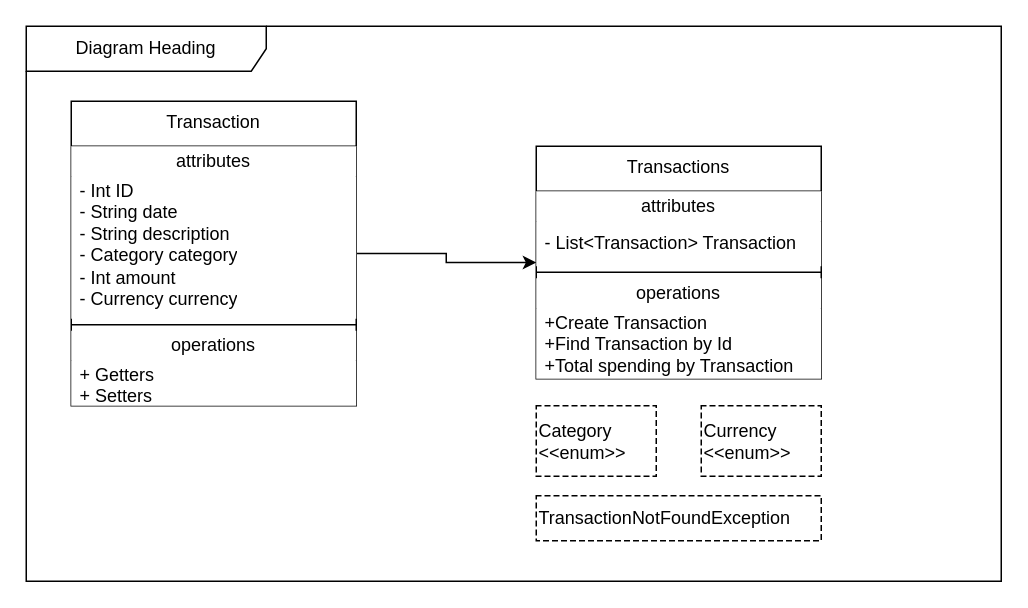
Before: docs/TransactionServiceUML.drawio in Cameron-Maclean080601/Banking-Service, a draw.io diagram. Source tidied: cells renumbered, new cells numbered last; positions are measured from the earlier drawing's top-left corner, leaving out a move shared by most shapes. Both pictures are drawn from the tidied source at 150%, with x=0, y=0 at pixel (26, 26).
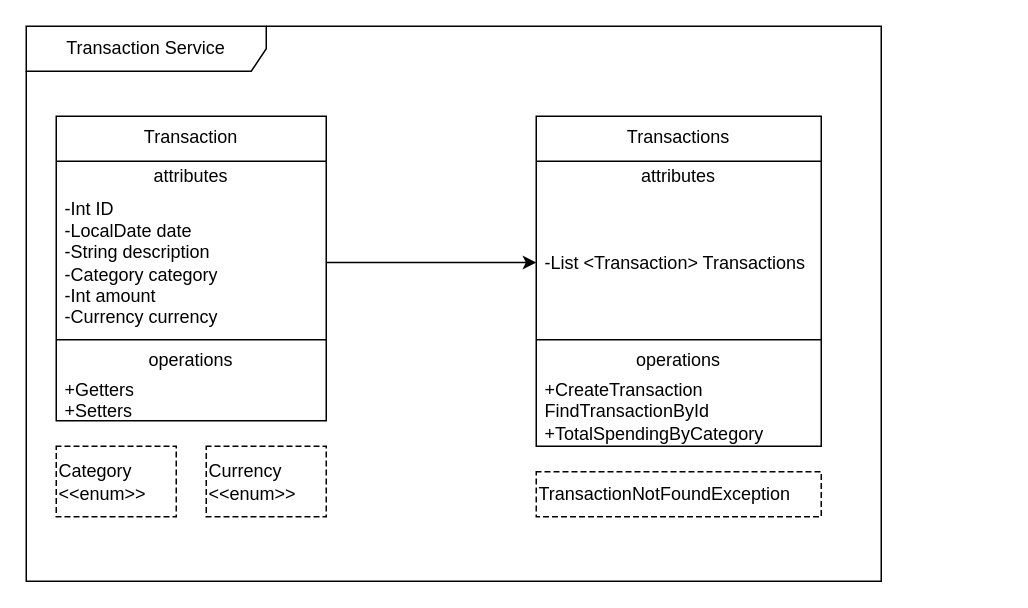
The same diagram, later.

Commit message (it also covers changes not shown here):
fixed UML properly

What changed in the source:
```diff
@@
-<mxGraphModel>
+<mxGraphModel background="light-dark(#FFFFFF,#FFFFFF)">
   <root>
     <mxCell id="0" />
     <mxCell id="1" parent="0" />
-    <mxCell id="2" style="edgeStyle=orthogonalEdgeStyle;rounded=0;jettySize=auto;html=1;exitX=1;exitY=0.5;exitDx=0;exitDy=0;entryX=0;entryY=0.5;entryDx=0;entryDy=0;" parent="1" edge="1" source="3" target="9">
-      <mxGeometry relative="1" as="geometry" />
-    </mxCell>
-    <mxCell id="3" value="Transaction" style="swimlane;fontStyle=0;align=center;verticalAlign=top;horizontal=1;startSize=30;html=1;whiteSpace=wrap;" parent="1" vertex="1">
-      <mxGeometry x="30" y="50" width="190" height="203" as="geometry" />
-    </mxCell>
-    <mxCell id="4" value="attributes" style="text;html=1;strokeColor=none;fillColor=default;align=center;verticalAlign=middle;spacingLeft=4;spacingRight=4;overflow=hidden;whiteSpace=wrap;" parent="3" vertex="1">
-      <mxGeometry y="30" width="190" height="20" as="geometry" />
-    </mxCell>
-    <mxCell id="5" value="&lt;div&gt;- Int ID&lt;/div&gt;&lt;div&gt;- String date&lt;/div&gt;&lt;div&gt;- String description&lt;/div&gt;&lt;div&gt;- Category category&lt;/div&gt;&lt;div&gt;- Int amount&lt;/div&gt;&lt;div&gt;- Currency currency&lt;/div&gt;&lt;div&gt;&lt;br&gt;&lt;/div&gt;" style="text;html=1;strokeColor=none;fillColor=default;align=left;verticalAlign=middle;spacingLeft=4;spacingRight=4;overflow=hidden;whiteSpace=wrap;" parent="3" vertex="1">
-      <mxGeometry y="50" width="190" height="95" as="geometry" />
-    </mxCell>
-    <mxCell id="6" style="line;strokeWidth=1;fillColor=default;align=left;verticalAlign=middle;spacingTop=-1;spacingLeft=3;spacingRight=3;labelPosition=right;" parent="3" vertex="1">
-      <mxGeometry y="145" width="190" height="8" as="geometry" />
-    </mxCell>
-    <mxCell id="7" value="&lt;div&gt;operations&lt;/div&gt;" style="text;html=1;strokeColor=none;fillColor=default;align=center;verticalAlign=middle;spacingLeft=4;spacingRight=4;overflow=hidden;whiteSpace=wrap;" parent="3" vertex="1">
-      <mxGeometry y="153" width="190" height="20" as="geometry" />
-    </mxCell>
-    <mxCell id="8" value="&lt;div&gt;+ Getters&lt;/div&gt;&lt;div&gt;+ Setters&lt;/div&gt;" style="text;html=1;strokeColor=none;fillColor=default;align=left;verticalAlign=middle;spacingLeft=4;spacingRight=4;overflow=hidden;whiteSpace=wrap;" parent="3" vertex="1">
-      <mxGeometry y="173" width="190" height="30" as="geometry" />
-    </mxCell>
-    <mxCell id="9" value="Transactions" style="swimlane;fontStyle=0;align=center;verticalAlign=top;horizontal=1;startSize=30;html=1;whiteSpace=wrap;" parent="1" vertex="1">
-      <mxGeometry x="340" y="80" width="190" height="155" as="geometry" />
-    </mxCell>
-    <mxCell id="10" value="attributes" style="text;html=1;strokeColor=none;fillColor=default;align=center;verticalAlign=middle;spacingLeft=4;spacingRight=4;overflow=hidden;whiteSpace=wrap;" parent="9" vertex="1">
-      <mxGeometry y="30" width="190" height="20" as="geometry" />
-    </mxCell>
-    <mxCell id="11" value="- List&amp;lt;Transaction&amp;gt; Transaction" style="text;html=1;strokeColor=none;fillColor=default;align=left;verticalAlign=middle;spacingLeft=4;spacingRight=4;overflow=hidden;whiteSpace=wrap;" parent="9" vertex="1">
-      <mxGeometry y="50" width="190" height="30" as="geometry" />
-    </mxCell>
-    <mxCell id="12" style="line;strokeWidth=1;fillColor=default;align=left;verticalAlign=middle;spacingTop=-1;spacingLeft=3;spacingRight=3;labelPosition=right;" parent="9" vertex="1">
-      <mxGeometry y="80" width="190" height="8" as="geometry" />
-    </mxCell>
-    <mxCell id="13" value="operations" style="text;html=1;strokeColor=none;fillColor=default;align=center;verticalAlign=middle;spacingLeft=4;spacingRight=4;overflow=hidden;whiteSpace=wrap;" parent="9" vertex="1">
-      <mxGeometry y="88" width="190" height="20" as="geometry" />
-    </mxCell>
-    <mxCell id="14" value="&lt;div&gt;+Create Transaction&lt;/div&gt;&lt;div&gt;+Find Transaction by Id&lt;/div&gt;&lt;div&gt;+Total spending by Transaction&lt;/div&gt;&lt;div&gt;&lt;br&gt;&lt;/div&gt;" style="text;html=1;strokeColor=none;fillColor=default;align=left;verticalAlign=middle;spacingLeft=4;spacingRight=4;overflow=hidden;whiteSpace=wrap;" parent="9" vertex="1">
-      <mxGeometry y="108" width="190" height="47" as="geometry" />
-    </mxCell>
-    <mxCell id="15" value="Diagram Heading" style="shape=umlFrame;whiteSpace=wrap;html=1;width=160;" parent="1" vertex="1">
-      <mxGeometry width="650" height="370" as="geometry" />
+    <mxCell id="15" value="Transaction Service" style="shape=umlFrame;whiteSpace=wrap;html=1;width=160;fillColor=default;" parent="1" vertex="1">
+      <mxGeometry width="570" height="370" as="geometry" />
     </mxCell>
     <mxCell id="16" value="&lt;div&gt;Category&lt;/div&gt;&lt;div&gt;&amp;lt;&amp;lt;enum&amp;gt;&amp;gt;&lt;/div&gt;" style="shape=partialRectangle;html=1;top=1;align=left;dashed=1;" parent="15" vertex="1">
-      <mxGeometry x="340" y="253" width="80" height="47" as="geometry" />
+      <mxGeometry x="20" y="280" width="80" height="47" as="geometry" />
     </mxCell>
     <mxCell id="17" value="&lt;div&gt;Currency&lt;/div&gt;&lt;div&gt;&amp;lt;&amp;lt;enum&amp;gt;&amp;gt;&lt;/div&gt;" style="shape=partialRectangle;html=1;top=1;align=left;dashed=1;" parent="15" vertex="1">
-      <mxGeometry x="450" y="253" width="80" height="47" as="geometry" />
+      <mxGeometry x="120" y="280" width="80" height="47" as="geometry" />
     </mxCell>
     <mxCell id="18" value="TransactionNotFoundException" style="shape=partialRectangle;html=1;top=1;align=left;dashed=1;" parent="15" vertex="1">
-      <mxGeometry x="340" y="313" width="190" height="30" as="geometry" />
+      <mxGeometry x="340" y="297" width="190" height="30" as="geometry" />
     </mxCell>
+    <mxCell id="3" value="Transaction" style="swimlane;fontStyle=0;align=center;verticalAlign=top;horizontal=1;startSize=30;html=1;whiteSpace=wrap;" parent="15" vertex="1">
+      <mxGeometry x="20" y="60" width="180" height="203" as="geometry" />
+    </mxCell>
+    <mxCell id="19" value="attributes" style="text;html=1;strokeColor=none;fillColor=none;align=center;verticalAlign=middle;spacingLeft=4;spacingRight=4;overflow=hidden;whiteSpace=wrap;" parent="3" vertex="1">
+      <mxGeometry y="30" width="180" height="20" as="geometry" />
+    </mxCell>
+    <mxCell id="20" value="&lt;div&gt;-Int ID&lt;/div&gt;&lt;div&gt;-LocalDate date&lt;/div&gt;&lt;div&gt;-String description&lt;/div&gt;&lt;div&gt;-Category category&lt;/div&gt;&lt;div&gt;-Int amount&lt;/div&gt;&lt;div&gt;-Currency currency&lt;/div&gt;" style="text;html=1;strokeColor=none;fillColor=none;align=left;verticalAlign=middle;spacingLeft=4;spacingRight=4;overflow=hidden;points=[[0,0.5],[1,0.5]];portConstraint=eastwest;whiteSpace=wrap;" parent="3" vertex="1">
+      <mxGeometry y="50" width="180" height="95" as="geometry" />
+    </mxCell>
+    <mxCell id="21" style="line;strokeWidth=1;fillColor=none;align=left;verticalAlign=middle;spacingTop=-1;spacingLeft=3;spacingRight=3;labelPosition=right;" parent="3" vertex="1">
+      <mxGeometry y="145" width="180" height="8" as="geometry" />
+    </mxCell>
+    <mxCell id="22" value="operations" style="text;html=1;strokeColor=none;fillColor=none;align=center;verticalAlign=middle;spacingLeft=4;spacingRight=4;overflow=hidden;whiteSpace=wrap;" parent="3" vertex="1">
+      <mxGeometry y="153" width="180" height="20" as="geometry" />
+    </mxCell>
+    <mxCell id="23" value="&lt;div&gt;+Getters&lt;/div&gt;&lt;div&gt;+Setters&lt;/div&gt;" style="text;html=1;strokeColor=none;fillColor=none;align=left;verticalAlign=middle;spacingLeft=4;spacingRight=4;overflow=hidden;whiteSpace=wrap;" parent="3" vertex="1">
+      <mxGeometry y="173" width="180" height="30" as="geometry" />
+    </mxCell>
+    <mxCell id="9" value="Transactions" style="swimlane;fontStyle=0;align=center;verticalAlign=top;horizontal=1;startSize=30;html=1;whiteSpace=wrap;" parent="15" vertex="1">
+      <mxGeometry x="340" y="60" width="190" height="220" as="geometry" />
+    </mxCell>
+    <mxCell id="24" value="attributes" style="text;html=1;strokeColor=none;fillColor=none;align=center;verticalAlign=middle;spacingLeft=4;spacingRight=4;overflow=hidden;whiteSpace=wrap;" parent="9" vertex="1">
+      <mxGeometry y="30" width="190" height="20" as="geometry" />
+    </mxCell>
+    <mxCell id="25" value="-List &amp;lt;Transaction&amp;gt; Transactions" style="text;html=1;strokeColor=none;fillColor=none;align=left;verticalAlign=middle;spacingLeft=4;spacingRight=4;overflow=hidden;points=[[0,0.5],[1,0.5]];portConstraint=eastwest;whiteSpace=wrap;" parent="9" vertex="1">
+      <mxGeometry y="50" width="190" height="95" as="geometry" />
+    </mxCell>
+    <mxCell id="26" style="line;strokeWidth=1;fillColor=none;align=left;verticalAlign=middle;spacingTop=-1;spacingLeft=3;spacingRight=3;labelPosition=right;" parent="9" vertex="1">
+      <mxGeometry y="145" width="190" height="8" as="geometry" />
+    </mxCell>
+    <mxCell id="27" value="operations" style="text;html=1;strokeColor=none;fillColor=none;align=center;verticalAlign=middle;spacingLeft=4;spacingRight=4;overflow=hidden;whiteSpace=wrap;" parent="9" vertex="1">
+      <mxGeometry y="153" width="190" height="20" as="geometry" />
+    </mxCell>
+    <mxCell id="28" value="&lt;div&gt;+CreateTransaction&lt;/div&gt;&lt;div&gt;FindTransactionById&lt;/div&gt;&lt;div&gt;+TotalSpendingByCategory&lt;/div&gt;" style="text;html=1;strokeColor=none;fillColor=none;align=left;verticalAlign=middle;spacingLeft=4;spacingRight=4;overflow=hidden;whiteSpace=wrap;" parent="9" vertex="1">
+      <mxGeometry y="173" width="190" height="47" as="geometry" />
+    </mxCell>
+    <mxCell id="2" style="edgeStyle=orthogonalEdgeStyle;rounded=0;jettySize=auto;html=1;exitX=1;exitY=0.5;exitDx=0;exitDy=0;entryX=0;entryY=0.5;entryDx=0;entryDy=0;" parent="15" edge="1" source="20" target="25">
+      <mxGeometry relative="1" as="geometry" />
+    </mxCell>
   </root>
 </mxGraphModel>
```
